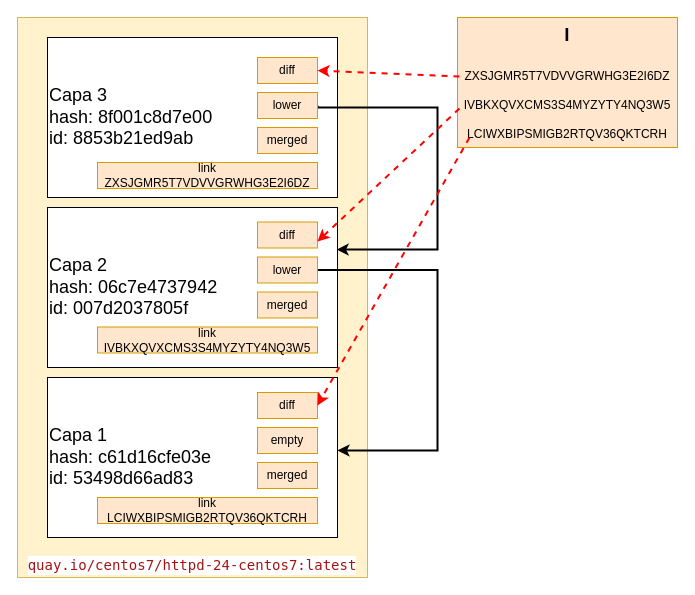
Earlier version of the draw.io diagram contenido/modulo3/img/images3.drawio (josedom24/curso_podman_ow). Source tidied: cells renumbered, new cells numbered last; positions are measured from the earlier drawing's top-left corner, leaving out a move shared by most shapes. Both pictures are drawn from the tidied source at 100%, with x=0, y=0 at pixel (17, 17).
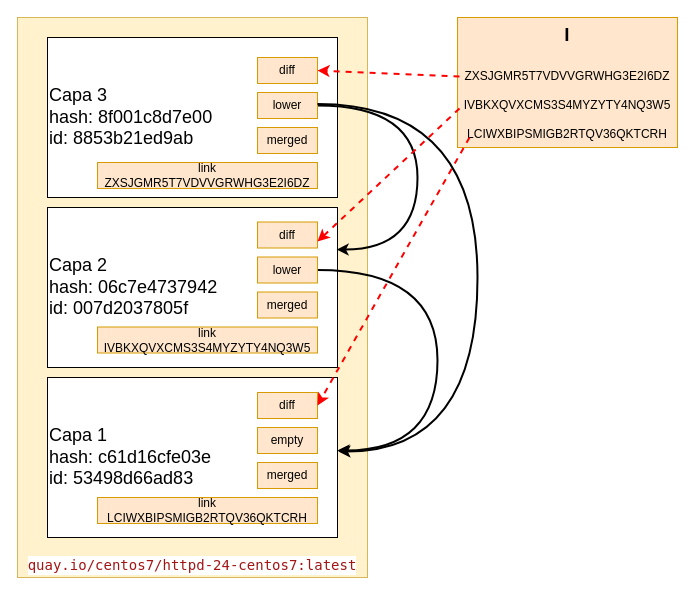
After the change.

Unchanged cells that the change refers to:
```xml
<mxCell id="3" value="&lt;div style=&quot;font-size: 18px;&quot;&gt;Capa 1&lt;/div&gt;&lt;div style=&quot;font-size: 18px;&quot;&gt;hash: c61d16cfe03e&lt;/div&gt;&lt;div style=&quot;font-size: 18px;&quot;&gt;id: 53498d66ad83&lt;/div&gt;" style="rounded=0;whiteSpace=wrap;html=1;align=left;fontSize=18;" parent="1" vertex="1">
  <mxGeometry x="30" y="360" width="290" height="160" as="geometry" />
</mxCell>
<mxCell id="12" value="lower" style="rounded=0;whiteSpace=wrap;html=1;fillColor=#ffe6cc;strokeColor=#d79b00;" parent="1" vertex="1">
  <mxGeometry x="240" y="239.5" width="60" height="26" as="geometry" />
</mxCell>
<mxCell id="17" value="lower" style="rounded=0;whiteSpace=wrap;html=1;fillColor=#ffe6cc;strokeColor=#d79b00;" parent="1" vertex="1">
  <mxGeometry x="240" y="75" width="60" height="26" as="geometry" />
</mxCell>
```

Diff of the diagram source:
```diff
@@
-    <mxCell id="11" style="edgeStyle=orthogonalEdgeStyle;rounded=0;jettySize=auto;html=1;entryX=1;entryY=0.456;entryDx=0;entryDy=0;entryPerimeter=0;strokeWidth=2;" parent="1" edge="1" source="12" target="3">
+    <mxCell id="11" style="edgeStyle=orthogonalEdgeStyle;rounded=0;jettySize=auto;html=1;entryX=1;entryY=0.456;entryDx=0;entryDy=0;entryPerimeter=0;strokeWidth=2;curved=1;" parent="1" edge="1" source="12" target="3">
       <mxGeometry relative="1" as="geometry">
         <Array as="points">
           <mxPoint x="420" y="253" />
           <mxPoint x="420" y="433" />
         </Array>
       </mxGeometry>
     </mxCell>
@@
-    <mxCell id="16" style="edgeStyle=orthogonalEdgeStyle;rounded=0;jettySize=auto;html=1;entryX=0.997;entryY=0.388;entryDx=0;entryDy=0;entryPerimeter=0;strokeWidth=2;exitX=1;exitY=0.5;exitDx=0;exitDy=0;" parent="1" edge="1" source="17">
+    <mxCell id="16" style="edgeStyle=orthogonalEdgeStyle;rounded=0;jettySize=auto;html=1;entryX=0.997;entryY=0.388;entryDx=0;entryDy=0;entryPerimeter=0;strokeWidth=2;exitX=1;exitY=0.5;exitDx=0;exitDy=0;curved=1;endSize=6;" parent="1" edge="1" source="17">
       <mxGeometry relative="1" as="geometry">
         <mxPoint x="319.1" y="232.1" as="targetPoint" />
         <Array as="points">
-          <mxPoint x="300" y="90" />
-          <mxPoint x="420" y="90" />
-          <mxPoint x="420" y="232" />
+          <mxPoint x="400" y="88" />
+          <mxPoint x="400" y="232" />
         </Array>
       </mxGeometry>
     </mxCell>
@@
+    <mxCell id="24" style="edgeStyle=orthogonalEdgeStyle;rounded=0;jettySize=auto;html=1;entryX=1.003;entryY=0.463;entryDx=0;entryDy=0;entryPerimeter=0;strokeWidth=2;exitX=1;exitY=0.5;exitDx=0;exitDy=0;curved=1;endSize=6;" parent="1" edge="1" target="3">
+      <mxGeometry relative="1" as="geometry">
+        <mxPoint x="300" y="86.4" as="sourcePoint" />
+        <Array as="points">
+          <mxPoint x="460" y="86" />
+          <mxPoint x="460" y="434" />
+        </Array>
+      </mxGeometry>
+    </mxCell>
```
